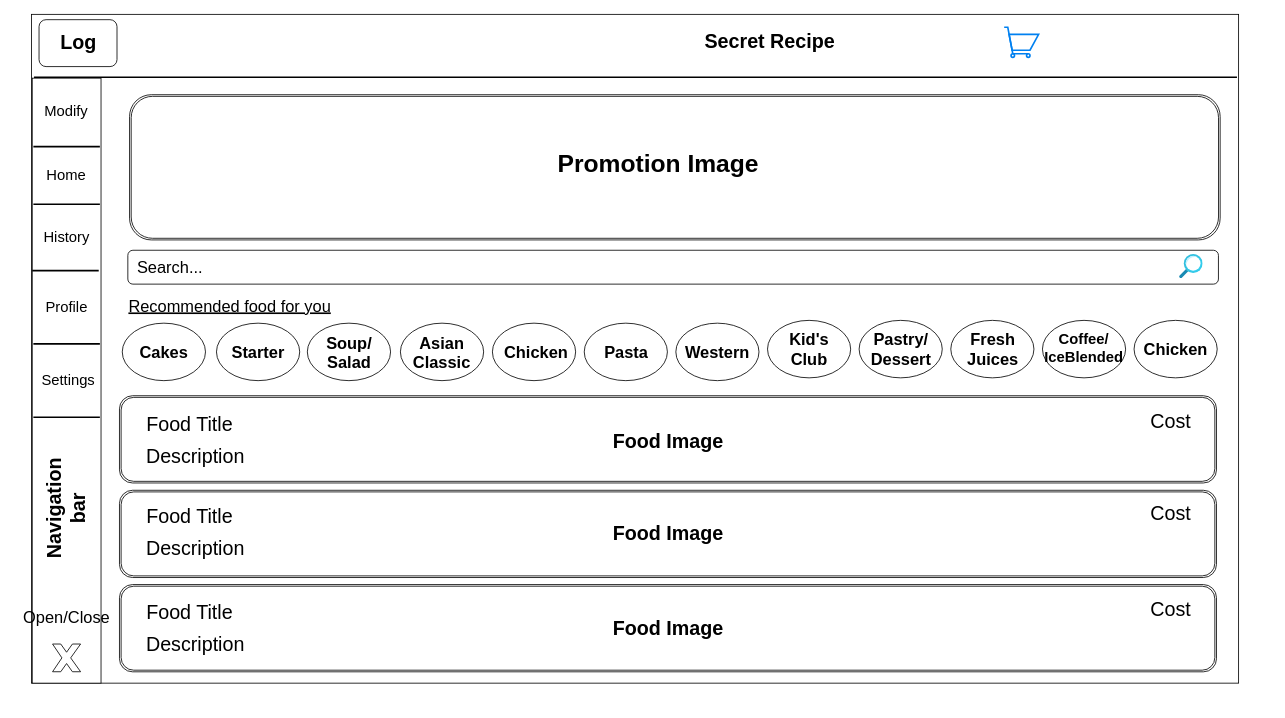
Earlier version of the draw.io diagram Untitled Diagram.drawio (VisualGitCode/VisualGitCode.github.io). Source tidied: cells renumbered, new cells numbered last; positions are measured from the earlier drawing's top-left corner, leaving out a move shared by most shapes. Both pictures are drawn from the tidied source at 82%, with x=0, y=0 at pixel (2, 14).
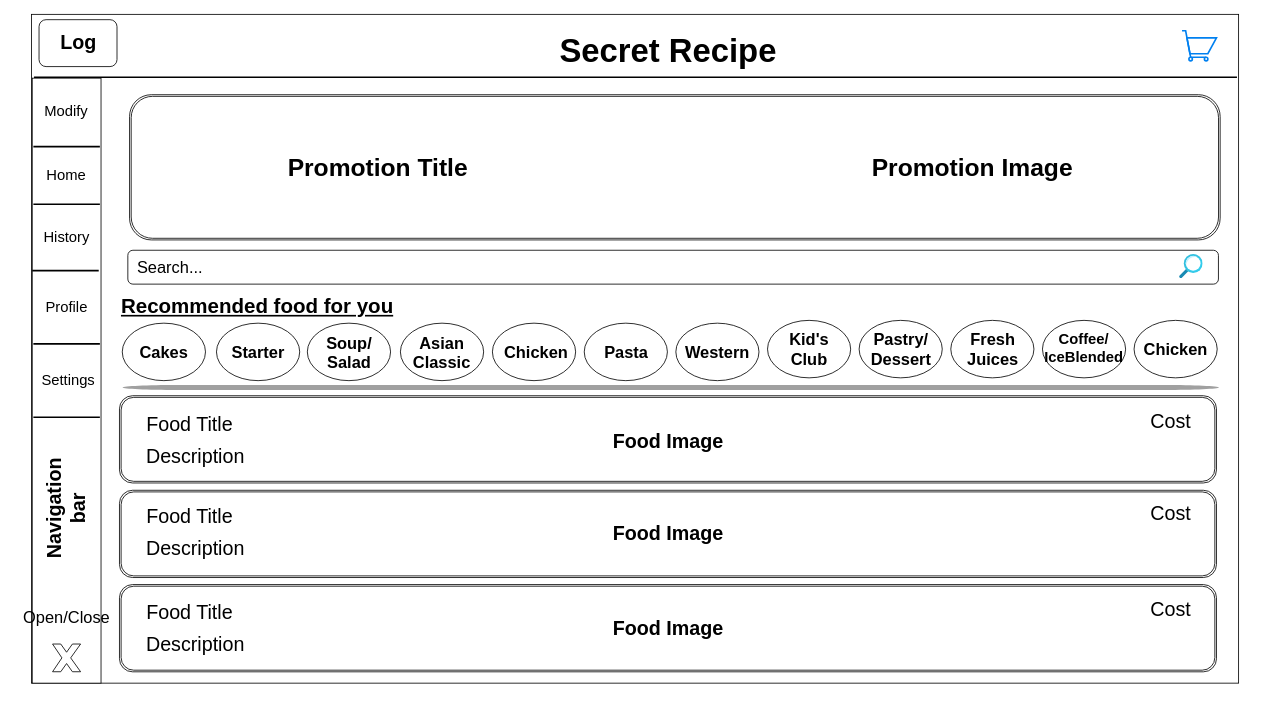
The same diagram, later.

Unchanged cells that the change refers to:
```xml
<mxCell id="50" style="group;" parent="49" vertex="1">
  <mxGeometry width="1372" height="195.1" as="geometry" />
</mxCell>
```

What changed in the source:
```diff
@@
-    <mxCell id="2" style="group;" parent="1" vertex="1">
+    <mxCell id="2" style="group;fontSize=30;" parent="1" vertex="1">
       <mxGeometry x="36" width="1511" height="840" as="geometry" />
     </mxCell>
@@
-    <mxCell id="5" value="Secret Recipe" style="text;strokeColor=none;fillColor=none;html=1;fontSize=24;fontStyle=1;verticalAlign=middle;align=center;" parent="2" vertex="1">
-      <mxGeometry x="825" width="150.3" height="68.2" as="geometry" />
+    <mxCell id="5" value="Secret Recipe" style="text;strokeColor=none;fillColor=none;html=1;fontSize=40;fontStyle=1;verticalAlign=middle;align=center;" parent="2" vertex="1">
+      <mxGeometry x="701" y="9.6" width="150.3" height="68.2" as="geometry" />
     </mxCell>
@@
     <mxCell id="26" style="html=1;verticalLabelPosition=bottom;align=center;labelBackgroundColor=#ffffff;verticalAlign=top;strokeWidth=2;strokeColor=#0080F0;shadow=0;dashed=0;shape=mxgraph.ios7.icons.shopping_cart;" parent="2" vertex="1">
-      <mxGeometry x="1186.1" y="15.7" width="42" height="36.7" as="geometry" />
+      <mxGeometry x="1403" y="20" width="42" height="36.7" as="geometry" />
     </mxCell>
@@
     <mxCell id="52" value="Promotion Image" style="text;strokeColor=none;fillColor=none;html=1;fontSize=30;fontStyle=1;verticalAlign=middle;align=center;" parent="50" vertex="1">
-      <mxGeometry x="383.8" y="77" width="604.5" height="50.8" as="geometry" />
+      <mxGeometry x="767.5" y="81.2" width="604.5" height="50.8" as="geometry" />
     </mxCell>
+    <mxCell id="85" value="Promotion Title" style="text;strokeColor=none;fillColor=none;html=1;fontSize=30;fontStyle=1;verticalAlign=middle;align=center;" parent="50" vertex="1">
+      <mxGeometry x="42" y="81.2" width="604.5" height="50.8" as="geometry" />
+    </mxCell>
@@
-    <mxCell id="84" value="&lt;div style=&quot;font-size: 20px;&quot;&gt;Recommended food for you&lt;br style=&quot;font-size: 20px;&quot;&gt;&lt;/div&gt;" style="text;strokeColor=none;align=center;fillColor=none;html=1;verticalAlign=middle;whiteSpace=wrap;rounded=0;fontSize=20;fontStyle=4;" parent="2" vertex="1">
-      <mxGeometry x="111" y="338" width="262.2" height="34.4" as="geometry" />
+    <mxCell id="84" value="&lt;div style=&quot;font-size: 25px;&quot;&gt;Recommended food for you&lt;br style=&quot;font-size: 25px;&quot;&gt;&lt;/div&gt;" style="text;strokeColor=none;align=center;fillColor=none;html=1;verticalAlign=middle;whiteSpace=wrap;rounded=0;fontSize=25;fontStyle=5;" parent="2" vertex="1">
+      <mxGeometry x="98" y="338" width="355" height="34.4" as="geometry" />
     </mxCell>
+    <mxCell id="86" style="html=1;verticalLabelPosition=bottom;labelBackgroundColor=#ffffff;verticalAlign=top;shadow=0;dashed=0;strokeWidth=2;shape=mxgraph.ios7.misc.scroll_(horizontal);fillColor=#a0a0a0;" parent="2" vertex="1">
+      <mxGeometry x="111" y="452" width="1337" height="6" as="geometry" />
+    </mxCell>
```
